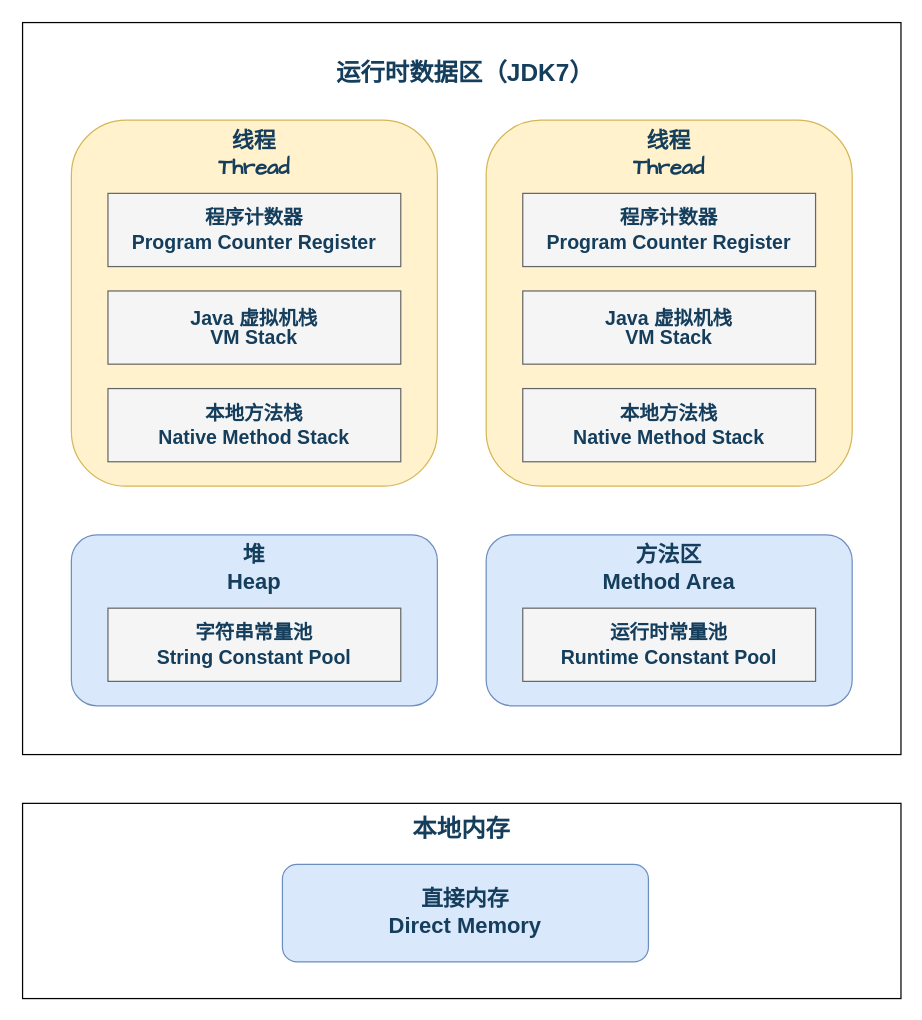
Above: page "运行时数据区（JDK7）" (1 of 6) of assets/Java/JavaCore/JVM/Java虚拟机之内存区域.drawio in dunwu/waterdrop (draw.io), before the change. Source tidied: cells renumbered, new cells numbered last; positions are measured from the earlier drawing's top-left corner, leaving out a move shared by most shapes. Both pictures are drawn from the tidied source at 122%, with x=0, y=0 at pixel (22, 22).
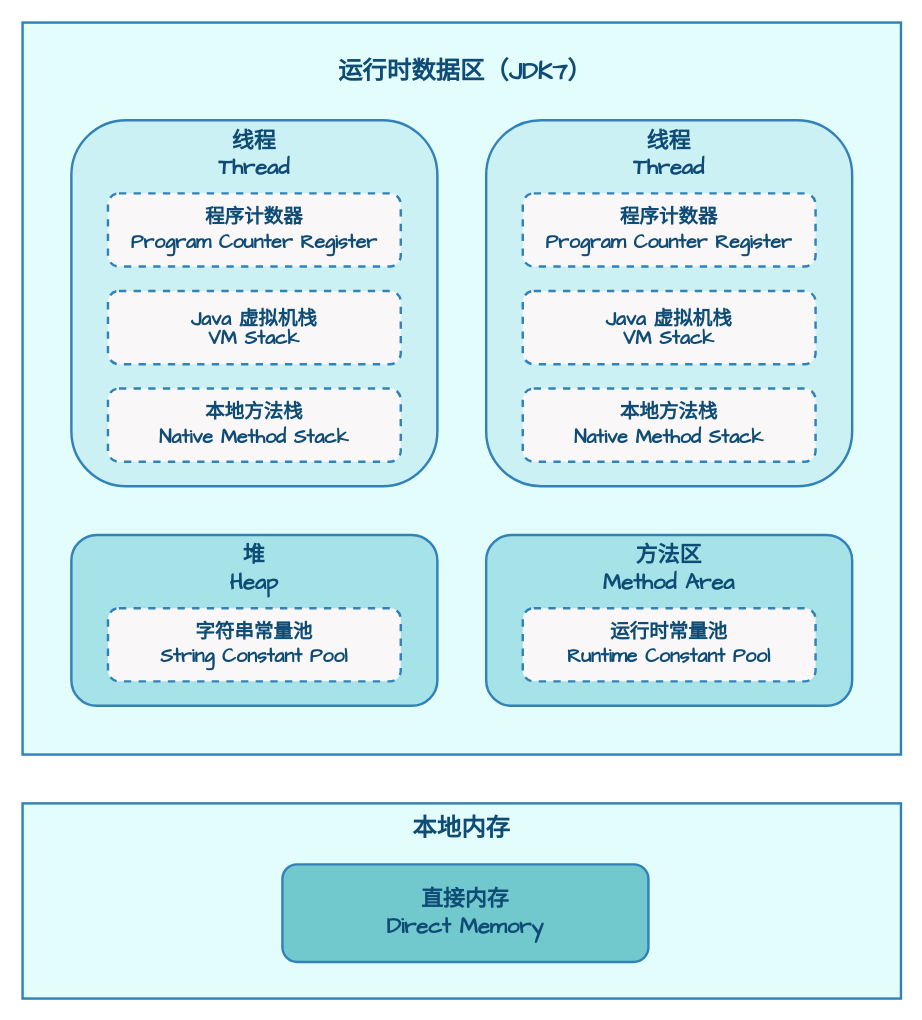
After the change.

Diff of the diagram source:
```diff
@@
 <mxGraphModel>
   <root>
     <mxCell id="0" />
     <mxCell id="1" parent="0" />
-    <mxCell id="2" style="rounded=0;whiteSpace=wrap;html=1;fontSize=16;fillColor=none;fontColor=#153E5D;" parent="1" vertex="1">
+    <mxCell id="2" style="rounded=0;whiteSpace=wrap;html=1;fontSize=16;fillColor=#E3FDFD;fontColor=#0F4C75;strokeWidth=2;strokeColor=#3282B8;fontFamily=Comic Sans MS;fontStyle=1;" parent="1" vertex="1">
       <mxGeometry width="720" height="600" as="geometry" />
     </mxCell>
-    <mxCell id="3" value="&lt;div style=&quot;border-color: var(--border-color); font-family: &amp;quot;Comic Sans MS&amp;quot;; font-size: 18px; font-weight: 700;&quot;&gt;&lt;div style=&quot;border-color: var(--border-color);&quot;&gt;线程&lt;/div&gt;&lt;div style=&quot;border-color: var(--border-color);&quot;&gt;Thread&lt;/div&gt;&lt;/div&gt;" style="rounded=1;whiteSpace=wrap;html=1;fillColor=#fff2cc;strokeColor=#d6b656;shadow=0;fontSize=16;verticalAlign=top;fontColor=#153E5D;" parent="1" vertex="1">
+    <mxCell id="3" value="&lt;div style=&quot;border-color: var(--border-color); font-size: 18px;&quot;&gt;&lt;div style=&quot;border-color: var(--border-color);&quot;&gt;线程&lt;/div&gt;&lt;div style=&quot;border-color: var(--border-color);&quot;&gt;Thread&lt;/div&gt;&lt;/div&gt;" style="rounded=1;whiteSpace=wrap;html=1;fillColor=#CBF1F5;strokeColor=#3282B8;shadow=0;fontSize=16;verticalAlign=top;fontColor=#0F4C75;strokeWidth=2;fontFamily=Comic Sans MS;fontStyle=1;" parent="1" vertex="1">
       <mxGeometry x="40" y="80" width="300" height="300" as="geometry" />
     </mxCell>
-    <mxCell id="4" value="&lt;div style=&quot;border-color: var(--border-color); font-size: 18px; font-weight: 700;&quot;&gt;方法区&lt;/div&gt;&lt;div style=&quot;border-color: var(--border-color); font-size: 18px; font-weight: 700;&quot;&gt;Method Area&lt;/div&gt;" style="rounded=1;whiteSpace=wrap;html=1;fillColor=#dae8fc;strokeColor=#6c8ebf;shadow=0;fontSize=16;verticalAlign=top;fontColor=#153E5D;" parent="1" vertex="1">
+    <mxCell id="4" value="&lt;div style=&quot;border-color: var(--border-color); font-size: 18px;&quot;&gt;方法区&lt;/div&gt;&lt;div style=&quot;border-color: var(--border-color); font-size: 18px;&quot;&gt;Method Area&lt;/div&gt;" style="rounded=1;whiteSpace=wrap;html=1;fillColor=#A6E3E9;strokeColor=#3282B8;shadow=0;fontSize=16;verticalAlign=top;fontColor=#0F4C75;strokeWidth=2;fontFamily=Comic Sans MS;fontStyle=1;" parent="1" vertex="1">
       <mxGeometry x="380" y="420" width="300" height="140" as="geometry" />
     </mxCell>
-    <mxCell id="5" value="运行时数据区（JDK7）" style="text;html=1;strokeColor=none;fillColor=none;align=center;verticalAlign=middle;whiteSpace=wrap;rounded=0;fontSize=20;fontStyle=1;fontColor=#153E5D;" parent="1" vertex="1">
+    <mxCell id="5" value="运行时数据区（JDK7）" style="text;html=1;strokeColor=none;fillColor=none;align=center;verticalAlign=middle;whiteSpace=wrap;rounded=0;fontSize=20;fontStyle=1;fontColor=#0F4C75;strokeWidth=2;fontFamily=Comic Sans MS;" parent="1" vertex="1">
       <mxGeometry x="220" y="20" width="286" height="40" as="geometry" />
     </mxCell>
-    <mxCell id="6" value="&lt;div style=&quot;border-color: var(--border-color); font-size: 18px; font-weight: 700;&quot;&gt;堆&lt;/div&gt;&lt;div style=&quot;border-color: var(--border-color); font-size: 18px; font-weight: 700;&quot;&gt;Heap&lt;/div&gt;" style="rounded=1;whiteSpace=wrap;html=1;fillColor=#dae8fc;strokeColor=#6c8ebf;shadow=0;fontSize=16;verticalAlign=top;fontColor=#153E5D;" parent="1" vertex="1">
+    <mxCell id="6" value="&lt;div style=&quot;border-color: var(--border-color); font-size: 18px;&quot;&gt;堆&lt;/div&gt;&lt;div style=&quot;border-color: var(--border-color); font-size: 18px;&quot;&gt;Heap&lt;/div&gt;" style="rounded=1;whiteSpace=wrap;html=1;fillColor=#A6E3E9;strokeColor=#3282B8;shadow=0;fontSize=16;verticalAlign=top;fontColor=#0F4C75;strokeWidth=2;fontFamily=Comic Sans MS;fontStyle=1;" parent="1" vertex="1">
       <mxGeometry x="40" y="420" width="300" height="140" as="geometry" />
     </mxCell>
-    <mxCell id="7" style="rounded=0;whiteSpace=wrap;html=1;fontSize=16;fontColor=#153E5D;fillColor=none;" parent="1" vertex="1">
+    <mxCell id="7" style="rounded=0;whiteSpace=wrap;html=1;fontSize=16;fontColor=#0F4C75;fillColor=#E3FDFD;strokeWidth=2;strokeColor=#3282B8;fontFamily=Comic Sans MS;fontStyle=1;" parent="1" vertex="1">
       <mxGeometry y="640" width="720" height="160" as="geometry" />
     </mxCell>
-    <mxCell id="8" value="&lt;div style=&quot;font-size: 20px;&quot;&gt;本地内存&lt;/div&gt;" style="text;html=1;strokeColor=none;fillColor=none;align=center;verticalAlign=middle;whiteSpace=wrap;rounded=0;fontSize=20;fontStyle=1;fontColor=#153E5D;" parent="1" vertex="1">
+    <mxCell id="8" value="&lt;div style=&quot;font-size: 20px;&quot;&gt;本地内存&lt;/div&gt;" style="text;html=1;strokeColor=none;fillColor=none;align=center;verticalAlign=middle;whiteSpace=wrap;rounded=0;fontSize=20;fontStyle=1;fontColor=#0F4C75;strokeWidth=2;fontFamily=Comic Sans MS;" parent="1" vertex="1">
       <mxGeometry x="300" y="640" width="120" height="40" as="geometry" />
     </mxCell>
-    <mxCell id="9" value="&lt;div style=&quot;border-color: var(--border-color);&quot;&gt;字符串常量池&lt;/div&gt;&lt;div style=&quot;border-color: var(--border-color);&quot;&gt;String Constant Pool&lt;/div&gt;" style="rounded=0;whiteSpace=wrap;html=1;fillColor=#f5f5f5;fontColor=#153E5D;strokeColor=#666666;fontSize=16;fontStyle=1;" parent="1" vertex="1">
+    <mxCell id="9" value="&lt;div style=&quot;border-color: var(--border-color);&quot;&gt;字符串常量池&lt;/div&gt;&lt;div style=&quot;border-color: var(--border-color);&quot;&gt;String Constant Pool&lt;/div&gt;" style="rounded=1;whiteSpace=wrap;html=1;fillColor=#F9F7F7;fontColor=#0F4C75;strokeColor=#3282B8;fontSize=16;fontStyle=1;dashed=1;strokeWidth=2;fontFamily=Comic Sans MS;" parent="1" vertex="1">
       <mxGeometry x="70" y="480" width="240" height="60" as="geometry" />
     </mxCell>
-    <mxCell id="10" value="&lt;div style=&quot;border-color: var(--border-color);&quot;&gt;&lt;div style=&quot;border-color: var(--border-color);&quot;&gt;运行时常量池&lt;/div&gt;&lt;div style=&quot;border-color: var(--border-color);&quot;&gt;Runtime Constant Pool&lt;/div&gt;&lt;/div&gt;" style="rounded=0;whiteSpace=wrap;html=1;fillColor=#f5f5f5;fontColor=#153E5D;strokeColor=#666666;fontSize=16;fontStyle=1;" parent="1" vertex="1">
+    <mxCell id="10" value="&lt;div style=&quot;border-color: var(--border-color);&quot;&gt;&lt;div style=&quot;border-color: var(--border-color);&quot;&gt;运行时常量池&lt;/div&gt;&lt;div style=&quot;border-color: var(--border-color);&quot;&gt;Runtime Constant Pool&lt;/div&gt;&lt;/div&gt;" style="rounded=1;whiteSpace=wrap;html=1;fillColor=#F9F7F7;fontColor=#0F4C75;strokeColor=#3282B8;fontSize=16;fontStyle=1;dashed=1;strokeWidth=2;fontFamily=Comic Sans MS;" parent="1" vertex="1">
       <mxGeometry x="410" y="480" width="240" height="60" as="geometry" />
     </mxCell>
-    <mxCell id="11" value="&lt;div style=&quot;border-color: var(--border-color); font-size: 18px; font-weight: 700;&quot;&gt;直接内存&lt;/div&gt;&lt;div style=&quot;border-color: var(--border-color); font-size: 18px; font-weight: 700;&quot;&gt;Direct Memory&lt;/div&gt;" style="rounded=1;whiteSpace=wrap;html=1;fillColor=#dae8fc;strokeColor=#6c8ebf;shadow=0;fontSize=18;fontColor=#153E5D;" parent="1" vertex="1">
+    <mxCell id="11" value="&lt;div style=&quot;border-color: var(--border-color); font-size: 18px;&quot;&gt;直接内存&lt;/div&gt;&lt;div style=&quot;border-color: var(--border-color); font-size: 18px;&quot;&gt;Direct Memory&lt;/div&gt;" style="rounded=1;whiteSpace=wrap;html=1;fillColor=#71C9CE;strokeColor=#3282B8;shadow=0;fontSize=18;fontColor=#0F4C75;strokeWidth=2;fontFamily=Comic Sans MS;fontStyle=1;" parent="1" vertex="1">
       <mxGeometry x="213" y="690" width="300" height="80" as="geometry" />
     </mxCell>
-    <mxCell id="12" value="&lt;div style=&quot;border-color: var(--border-color); font-family: &amp;quot;Comic Sans MS&amp;quot;; font-size: 18px; font-weight: 700;&quot;&gt;&lt;div style=&quot;border-color: var(--border-color);&quot;&gt;线程&lt;/div&gt;&lt;div style=&quot;border-color: var(--border-color);&quot;&gt;Thread&lt;/div&gt;&lt;/div&gt;" style="rounded=1;whiteSpace=wrap;html=1;fillColor=#fff2cc;strokeColor=#d6b656;shadow=0;fontSize=16;verticalAlign=top;fontColor=#153E5D;" parent="1" vertex="1">
+    <mxCell id="12" value="&lt;div style=&quot;border-color: var(--border-color); font-size: 18px;&quot;&gt;&lt;div style=&quot;border-color: var(--border-color);&quot;&gt;线程&lt;/div&gt;&lt;div style=&quot;border-color: var(--border-color);&quot;&gt;Thread&lt;/div&gt;&lt;/div&gt;" style="rounded=1;whiteSpace=wrap;html=1;fillColor=#CBF1F5;strokeColor=#3282B8;shadow=0;fontSize=16;verticalAlign=top;fontColor=#0F4C75;strokeWidth=2;fontFamily=Comic Sans MS;fontStyle=1;" parent="1" vertex="1">
       <mxGeometry x="380" y="80" width="300" height="300" as="geometry" />
     </mxCell>
-    <mxCell id="13" value="&lt;div style=&quot;font-size: 16px;&quot;&gt;&lt;div style=&quot;font-size: 16px;&quot;&gt;程序计数器&lt;/div&gt;&lt;div style=&quot;font-size: 16px;&quot;&gt;Program Counter Register&lt;/div&gt;&lt;/div&gt;" style="rounded=0;whiteSpace=wrap;html=1;fontSize=16;fillColor=#f5f5f5;fontColor=#153E5D;strokeColor=#666666;fontStyle=1;" parent="1" vertex="1">
+    <mxCell id="13" value="&lt;div style=&quot;font-size: 16px;&quot;&gt;&lt;div style=&quot;font-size: 16px;&quot;&gt;程序计数器&lt;/div&gt;&lt;div style=&quot;font-size: 16px;&quot;&gt;Program Counter Register&lt;/div&gt;&lt;/div&gt;" style="rounded=1;whiteSpace=wrap;html=1;fontSize=16;fillColor=#F9F7F7;fontColor=#0F4C75;strokeColor=#3282B8;fontStyle=1;dashed=1;strokeWidth=2;fontFamily=Comic Sans MS;" parent="1" vertex="1">
       <mxGeometry x="410" y="140" width="240" height="60" as="geometry" />
     </mxCell>
-    <mxCell id="14" value="&lt;div style=&quot;font-size: 16px;&quot;&gt;&lt;div style=&quot;font-size: 16px;&quot;&gt;&lt;p style=&quot;border-color: var(--border-color); margin: 0px 4px; line-height: 16px;&quot; align=&quot;center&quot;&gt;Java 虚拟机栈&lt;/p&gt;&lt;p style=&quot;border-color: var(--border-color); margin: 0px 4px; line-height: 16px;&quot; align=&quot;center&quot;&gt;VM Stack&lt;/p&gt;&lt;/div&gt;&lt;/div&gt;" style="rounded=0;whiteSpace=wrap;html=1;fontSize=16;fillColor=#f5f5f5;fontColor=#153E5D;strokeColor=#666666;fontStyle=1;" parent="1" vertex="1">
+    <mxCell id="14" value="&lt;div style=&quot;font-size: 16px;&quot;&gt;&lt;div style=&quot;font-size: 16px;&quot;&gt;&lt;p style=&quot;border-color: var(--border-color); margin: 0px 4px; line-height: 16px;&quot; align=&quot;center&quot;&gt;Java 虚拟机栈&lt;/p&gt;&lt;p style=&quot;border-color: var(--border-color); margin: 0px 4px; line-height: 16px;&quot; align=&quot;center&quot;&gt;VM Stack&lt;/p&gt;&lt;/div&gt;&lt;/div&gt;" style="rounded=1;whiteSpace=wrap;html=1;fontSize=16;fillColor=#F9F7F7;fontColor=#0F4C75;strokeColor=#3282B8;fontStyle=1;dashed=1;strokeWidth=2;fontFamily=Comic Sans MS;" parent="1" vertex="1">
       <mxGeometry x="410" y="220" width="240" height="60" as="geometry" />
     </mxCell>
-    <mxCell id="15" value="&lt;div style=&quot;font-size: 16px;&quot;&gt;&lt;div style=&quot;font-size: 16px;&quot;&gt;&lt;div style=&quot;border-color: var(--border-color);&quot;&gt;本地方法栈&lt;/div&gt;&lt;div style=&quot;border-color: var(--border-color);&quot;&gt;Native Method Stack&lt;/div&gt;&lt;/div&gt;&lt;/div&gt;" style="rounded=0;whiteSpace=wrap;html=1;fontSize=16;fillColor=#f5f5f5;fontColor=#153E5D;strokeColor=#666666;fontStyle=1;" parent="1" vertex="1">
+    <mxCell id="15" value="&lt;div style=&quot;font-size: 16px;&quot;&gt;&lt;div style=&quot;font-size: 16px;&quot;&gt;&lt;div style=&quot;border-color: var(--border-color);&quot;&gt;本地方法栈&lt;/div&gt;&lt;div style=&quot;border-color: var(--border-color);&quot;&gt;Native Method Stack&lt;/div&gt;&lt;/div&gt;&lt;/div&gt;" style="rounded=1;whiteSpace=wrap;html=1;fontSize=16;fillColor=#F9F7F7;fontColor=#0F4C75;strokeColor=#3282B8;fontStyle=1;dashed=1;strokeWidth=2;fontFamily=Comic Sans MS;" parent="1" vertex="1">
       <mxGeometry x="410" y="300" width="240" height="60" as="geometry" />
     </mxCell>
-    <mxCell id="16" value="&lt;div style=&quot;font-size: 16px;&quot;&gt;&lt;div style=&quot;font-size: 16px;&quot;&gt;程序计数器&lt;/div&gt;&lt;div style=&quot;font-size: 16px;&quot;&gt;Program Counter Register&lt;/div&gt;&lt;/div&gt;" style="rounded=0;whiteSpace=wrap;html=1;fontSize=16;fillColor=#f5f5f5;fontColor=#153E5D;strokeColor=#666666;fontStyle=1;" parent="1" vertex="1">
+    <mxCell id="16" value="&lt;div style=&quot;font-size: 16px;&quot;&gt;&lt;div style=&quot;font-size: 16px;&quot;&gt;程序计数器&lt;/div&gt;&lt;div style=&quot;font-size: 16px;&quot;&gt;Program Counter Register&lt;/div&gt;&lt;/div&gt;" style="rounded=1;whiteSpace=wrap;html=1;fontSize=16;fillColor=#F9F7F7;fontColor=#0F4C75;strokeColor=#3282B8;fontStyle=1;dashed=1;strokeWidth=2;fontFamily=Comic Sans MS;" parent="1" vertex="1">
       <mxGeometry x="70" y="140" width="240" height="60" as="geometry" />
     </mxCell>
-    <mxCell id="17" value="&lt;div style=&quot;font-size: 16px;&quot;&gt;&lt;div style=&quot;font-size: 16px;&quot;&gt;&lt;p style=&quot;border-color: var(--border-color); margin: 0px 4px; line-height: 16px;&quot; align=&quot;center&quot;&gt;Java 虚拟机栈&lt;/p&gt;&lt;p style=&quot;border-color: var(--border-color); margin: 0px 4px; line-height: 16px;&quot; align=&quot;center&quot;&gt;VM Stack&lt;/p&gt;&lt;/div&gt;&lt;/div&gt;" style="rounded=0;whiteSpace=wrap;html=1;fontSize=16;fillColor=#f5f5f5;fontColor=#153E5D;strokeColor=#666666;fontStyle=1;" parent="1" vertex="1">
+    <mxCell id="17" value="&lt;div style=&quot;font-size: 16px;&quot;&gt;&lt;div style=&quot;font-size: 16px;&quot;&gt;&lt;p style=&quot;border-color: var(--border-color); margin: 0px 4px; line-height: 16px;&quot; align=&quot;center&quot;&gt;Java 虚拟机栈&lt;/p&gt;&lt;p style=&quot;border-color: var(--border-color); margin: 0px 4px; line-height: 16px;&quot; align=&quot;center&quot;&gt;VM Stack&lt;/p&gt;&lt;/div&gt;&lt;/div&gt;" style="rounded=1;whiteSpace=wrap;html=1;fontSize=16;fillColor=#F9F7F7;fontColor=#0F4C75;strokeColor=#3282B8;fontStyle=1;dashed=1;strokeWidth=2;fontFamily=Comic Sans MS;" parent="1" vertex="1">
       <mxGeometry x="70" y="220" width="240" height="60" as="geometry" />
     </mxCell>
-    <mxCell id="18" value="&lt;div style=&quot;font-size: 16px;&quot;&gt;&lt;div style=&quot;font-size: 16px;&quot;&gt;&lt;div style=&quot;border-color: var(--border-color);&quot;&gt;本地方法栈&lt;/div&gt;&lt;div style=&quot;border-color: var(--border-color);&quot;&gt;Native Method Stack&lt;/div&gt;&lt;/div&gt;&lt;/div&gt;" style="rounded=0;whiteSpace=wrap;html=1;fontSize=16;fillColor=#f5f5f5;fontColor=#153E5D;strokeColor=#666666;fontStyle=1;" parent="1" vertex="1">
+    <mxCell id="18" value="&lt;div style=&quot;font-size: 16px;&quot;&gt;&lt;div style=&quot;font-size: 16px;&quot;&gt;&lt;div style=&quot;border-color: var(--border-color);&quot;&gt;本地方法栈&lt;/div&gt;&lt;div style=&quot;border-color: var(--border-color);&quot;&gt;Native Method Stack&lt;/div&gt;&lt;/div&gt;&lt;/div&gt;" style="rounded=1;whiteSpace=wrap;html=1;fontSize=16;fillColor=#F9F7F7;fontColor=#0F4C75;strokeColor=#3282B8;fontStyle=1;dashed=1;strokeWidth=2;fontFamily=Comic Sans MS;" parent="1" vertex="1">
       <mxGeometry x="70" y="300" width="240" height="60" as="geometry" />
     </mxCell>
   </root>
 </mxGraphModel>
```
